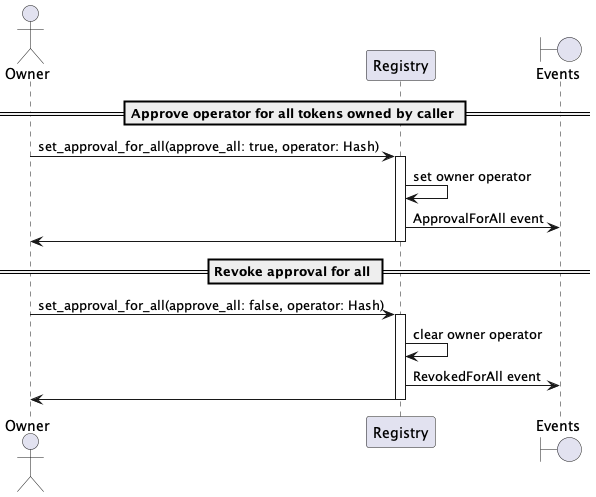
The PlantUML diagram docs/sequence-diagrams/puml/approve-for-all.png in make-software/cspr-name-contracts, before a commit.
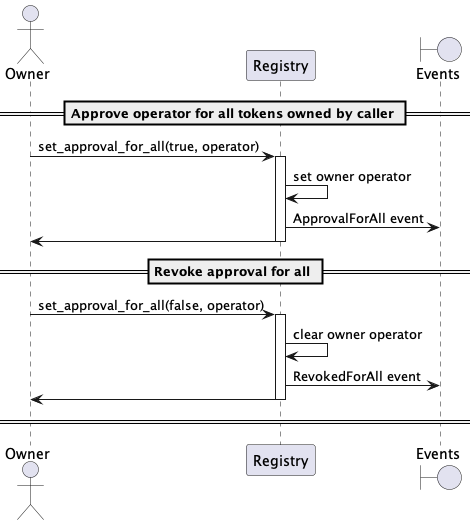
The same file after the commit.

The edit, as a diff of the source:
```diff
@@ -6,7 +6,7 @@
 
 == Approve operator for all tokens owned by caller ==
 
-Owner -> Registry: set_approval_for_all(approve_all: true, operator: Hash)
+Owner -> Registry: set_approval_for_all(true, operator)
 activate Registry
 Registry -> Registry: set owner operator
 Registry -> "Events": ApprovalForAll event
@@ -15,11 +15,13 @@
 
 == Revoke approval for all ==
 
-Owner -> Registry: set_approval_for_all(approve_all: false, operator: Hash)
+Owner -> Registry: set_approval_for_all(false, operator)
 activate Registry
 Registry -> Registry: clear owner operator
 Registry -> "Events": RevokedForAll event
 Registry -> Owner
 deactivate Registry
 
+== ==
+
 @enduml
```
